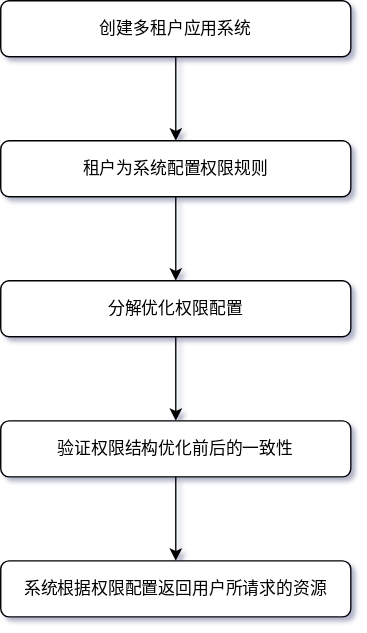
Before: 面向低代码平台的自适应访问控制流程示意图.svg, a diagram exported from draw.io (Zr-2021/draw.io_folder). Source tidied: cells renumbered, new cells last; positions are measured from the earlier drawing's top-left corner, leaving out a move shared by most shapes.
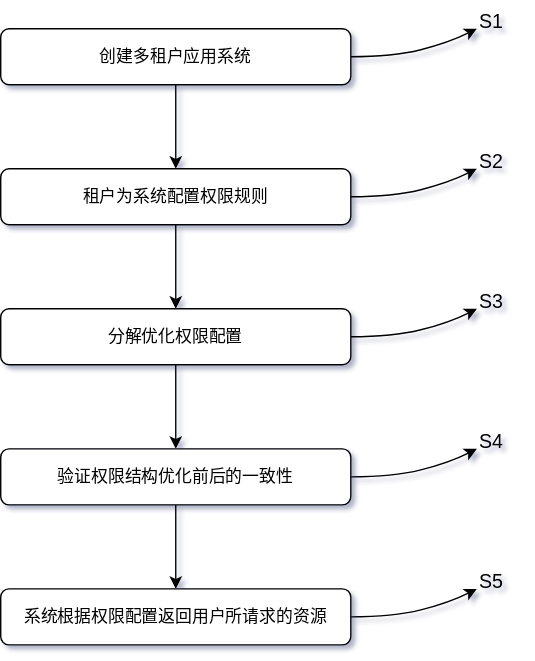
Above is the later version.

Commit message:
更新面向低代码平台的自适应访问控制流程示意图.svg

The edit, as a diff of the source:
```diff
@@ -29,5 +29,65 @@
     <mxCell id="10" value="系统根据权限配置返回用户所请求的资源" style="rounded=1;whiteSpace=wrap;html=1;fontSize=12;glass=0;strokeWidth=1;shadow=0;" parent="1" vertex="1">
       <mxGeometry y="400" width="250" height="40" as="geometry" />
     </mxCell>
+    <mxCell id="11" style="curved=1;endArrow=classic;html=1;rounded=0;exitX=1;exitY=0.5;exitDx=0;exitDy=0;" parent="1" edge="1" source="3">
+      <mxGeometry relative="1" as="geometry">
+        <mxPoint x="340" as="targetPoint" />
+        <Array as="points">
+          <mxPoint x="280" y="20" />
+          <mxPoint x="320" y="10" />
+        </Array>
+      </mxGeometry>
+    </mxCell>
+    <mxCell id="12" value="&lt;font style=&quot;font-size: 14px;&quot;&gt;S1&lt;/font&gt;" style="text;html=1;align=center;verticalAlign=middle;strokeColor=none;fillColor=none;" parent="1" vertex="1">
+      <mxGeometry x="330" y="-20" width="40" height="30" as="geometry" />
+    </mxCell>
+    <mxCell id="13" style="curved=1;endArrow=classic;html=1;rounded=0;exitX=1;exitY=0.5;exitDx=0;exitDy=0;" parent="1" edge="1" source="5">
+      <mxGeometry relative="1" as="geometry">
+        <mxPoint x="340" y="100" as="targetPoint" />
+        <Array as="points">
+          <mxPoint x="280" y="120" />
+          <mxPoint x="320" y="110" />
+        </Array>
+      </mxGeometry>
+    </mxCell>
+    <mxCell id="14" value="&lt;font style=&quot;font-size: 14px;&quot;&gt;S2&lt;/font&gt;" style="text;html=1;align=center;verticalAlign=middle;strokeColor=none;fillColor=none;" parent="1" vertex="1">
+      <mxGeometry x="330" y="80" width="40" height="30" as="geometry" />
+    </mxCell>
+    <mxCell id="15" style="curved=1;endArrow=classic;html=1;rounded=0;exitX=1;exitY=0.5;exitDx=0;exitDy=0;" parent="1" edge="1" source="7">
+      <mxGeometry relative="1" as="geometry">
+        <mxPoint x="340" y="200" as="targetPoint" />
+        <Array as="points">
+          <mxPoint x="280" y="220" />
+          <mxPoint x="320" y="210" />
+        </Array>
+      </mxGeometry>
+    </mxCell>
+    <mxCell id="16" value="&lt;font style=&quot;font-size: 14px;&quot;&gt;S3&lt;/font&gt;" style="text;html=1;align=center;verticalAlign=middle;strokeColor=none;fillColor=none;" parent="1" vertex="1">
+      <mxGeometry x="330" y="180" width="40" height="30" as="geometry" />
+    </mxCell>
+    <mxCell id="17" style="curved=1;endArrow=classic;html=1;rounded=0;exitX=1;exitY=0.5;exitDx=0;exitDy=0;" parent="1" edge="1" source="9">
+      <mxGeometry relative="1" as="geometry">
+        <mxPoint x="340" y="300" as="targetPoint" />
+        <Array as="points">
+          <mxPoint x="280" y="320" />
+          <mxPoint x="320" y="310" />
+        </Array>
+      </mxGeometry>
+    </mxCell>
+    <mxCell id="18" value="&lt;font style=&quot;font-size: 14px;&quot;&gt;S4&lt;/font&gt;" style="text;html=1;align=center;verticalAlign=middle;strokeColor=none;fillColor=none;" parent="1" vertex="1">
+      <mxGeometry x="330" y="280" width="40" height="30" as="geometry" />
+    </mxCell>
+    <mxCell id="19" style="curved=1;endArrow=classic;html=1;rounded=0;exitX=1;exitY=0.5;exitDx=0;exitDy=0;" parent="1" edge="1" source="10">
+      <mxGeometry relative="1" as="geometry">
+        <mxPoint x="340" y="400" as="targetPoint" />
+        <Array as="points">
+          <mxPoint x="280" y="420" />
+          <mxPoint x="320" y="410" />
+        </Array>
+      </mxGeometry>
+    </mxCell>
+    <mxCell id="20" value="&lt;font style=&quot;font-size: 14px;&quot;&gt;S5&lt;/font&gt;" style="text;html=1;align=center;verticalAlign=middle;strokeColor=none;fillColor=none;" parent="1" vertex="1">
+      <mxGeometry x="330" y="380" width="40" height="30" as="geometry" />
+    </mxCell>
   </root>
 </mxGraphModel>
```
